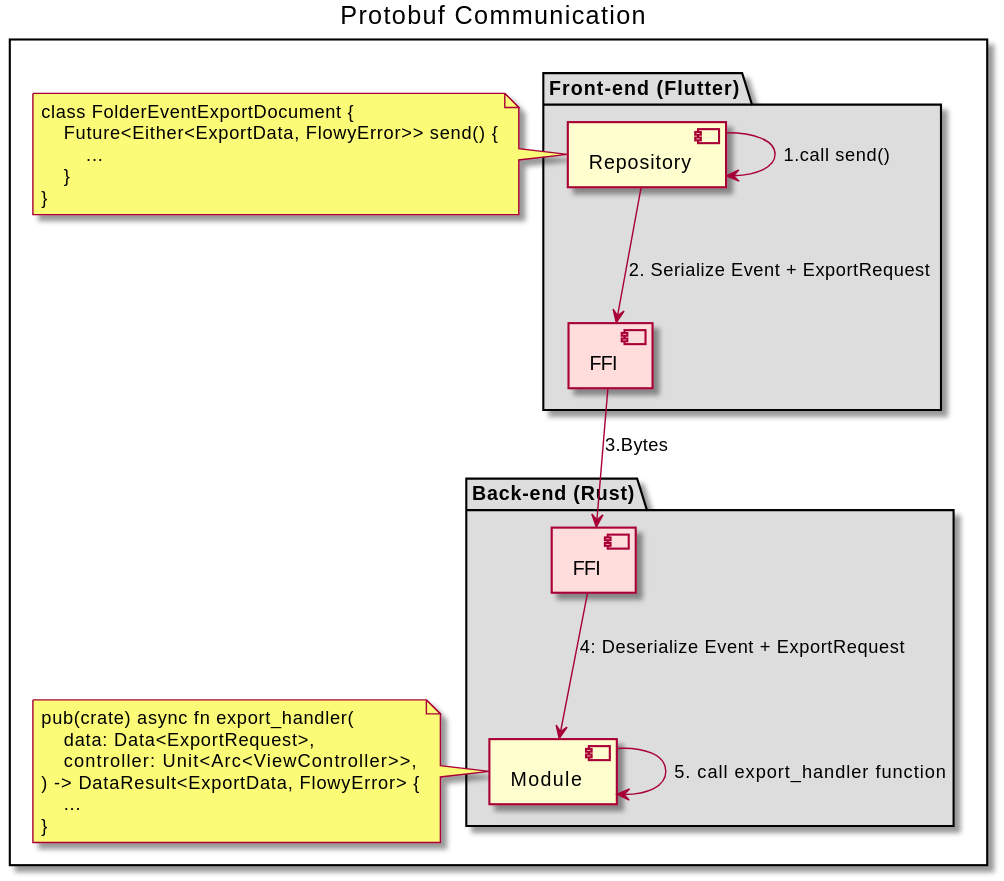
The PlantUML diagram uml/output/FlowySDK-Protobuf_Communication.svg in AppFlowy-IO/AppFlowy-Docs, before a commit.
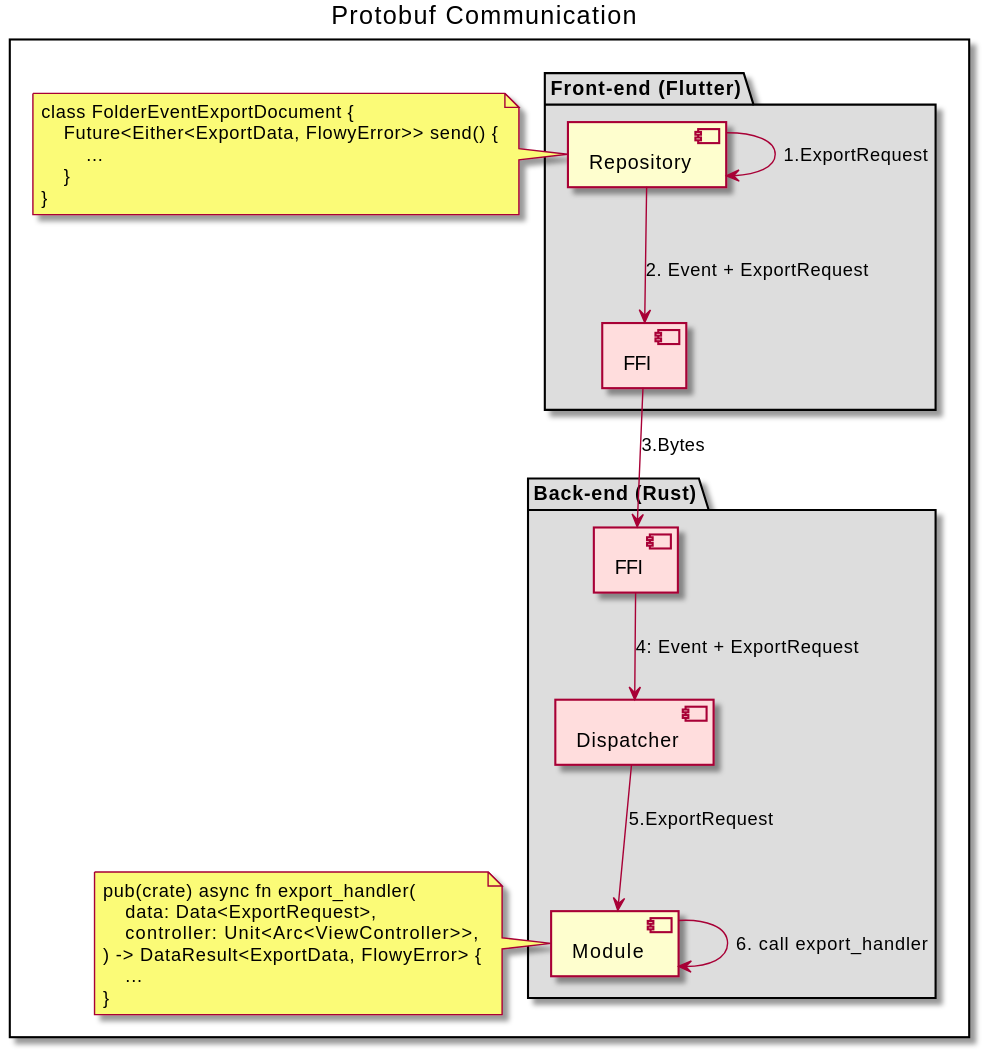
After the commit.

What changed in the source:
```diff
@@ -17,6 +17,7 @@
 
     package "Back-end (Rust)" #DDDDDD {
         component Module
+        component Dispatcher as "Dispatcher" #FFDDDD
         component FFI_Backend as "FFI" #FFDDDD
     }
     note left of Module
@@ -29,10 +30,10 @@
     end note
 }
 
-Repository --> Repository: 1.call send()
-Repository --> FFI_Frontend: 2. Serialize Event + ExportRequest
+Repository --> Repository: 1.ExportRequest
+Repository --> FFI_Frontend: 2. Event + ExportRequest
 FFI_Frontend --> FFI_Backend: 3.Bytes
-FFI_Backend --> Module: 4: Deserialize Event + ExportRequest
-Module --> Module : 5. call export_handler function
-
+FFI_Backend --> Dispatcher: 4: Event + ExportRequest
+Dispatcher --> Module: 5.ExportRequest
+Module --> Module : 6. call export_handler
 @enduml
```
